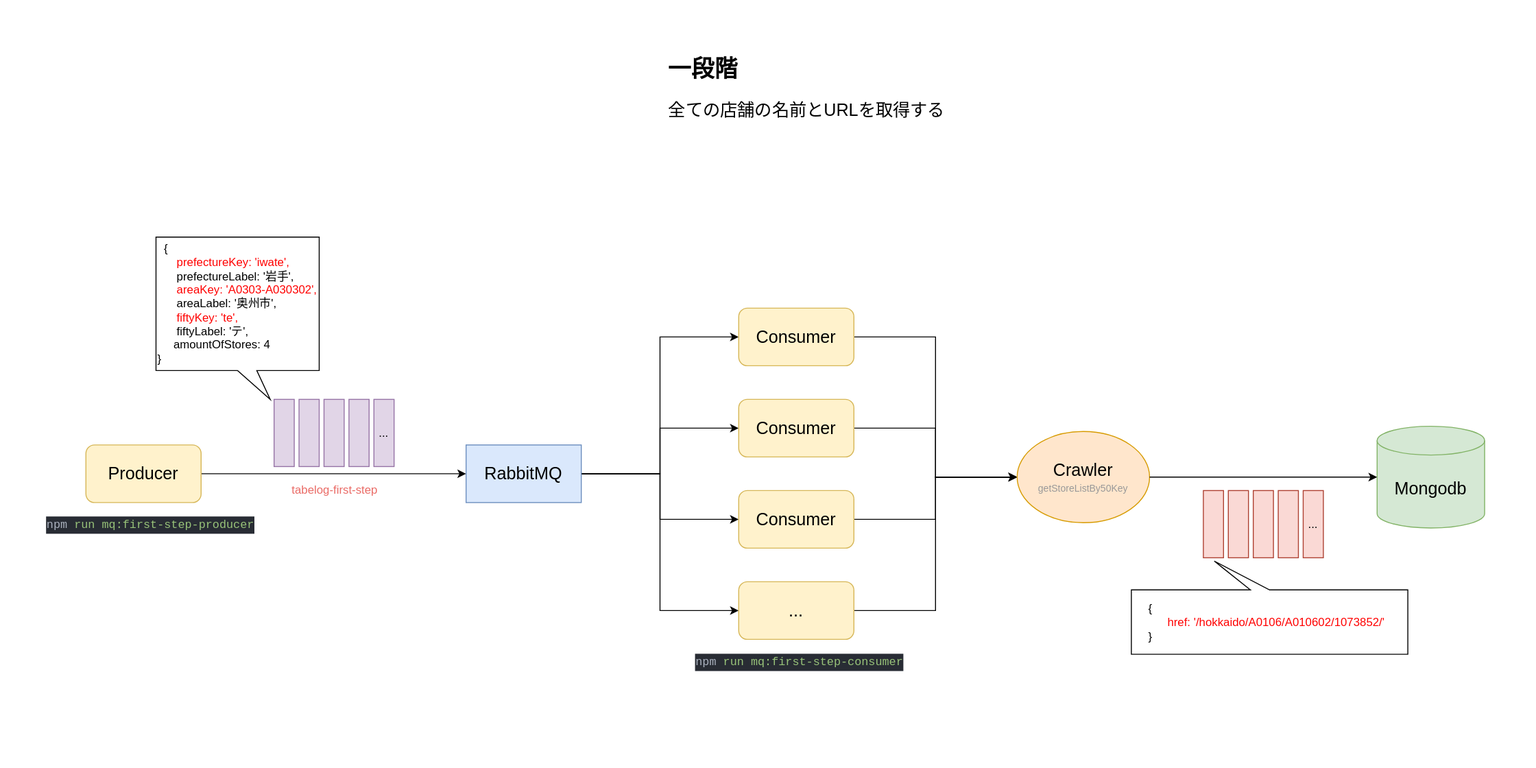
yoshidashingo/tabelog-crawler keeps this draw.io diagram as assets/first-step-diagram.svg. Above is the earlier version. Source tidied: cells renumbered, new cells last; positions are measured from the earlier drawing's top-left corner, leaving out a move shared by most shapes.
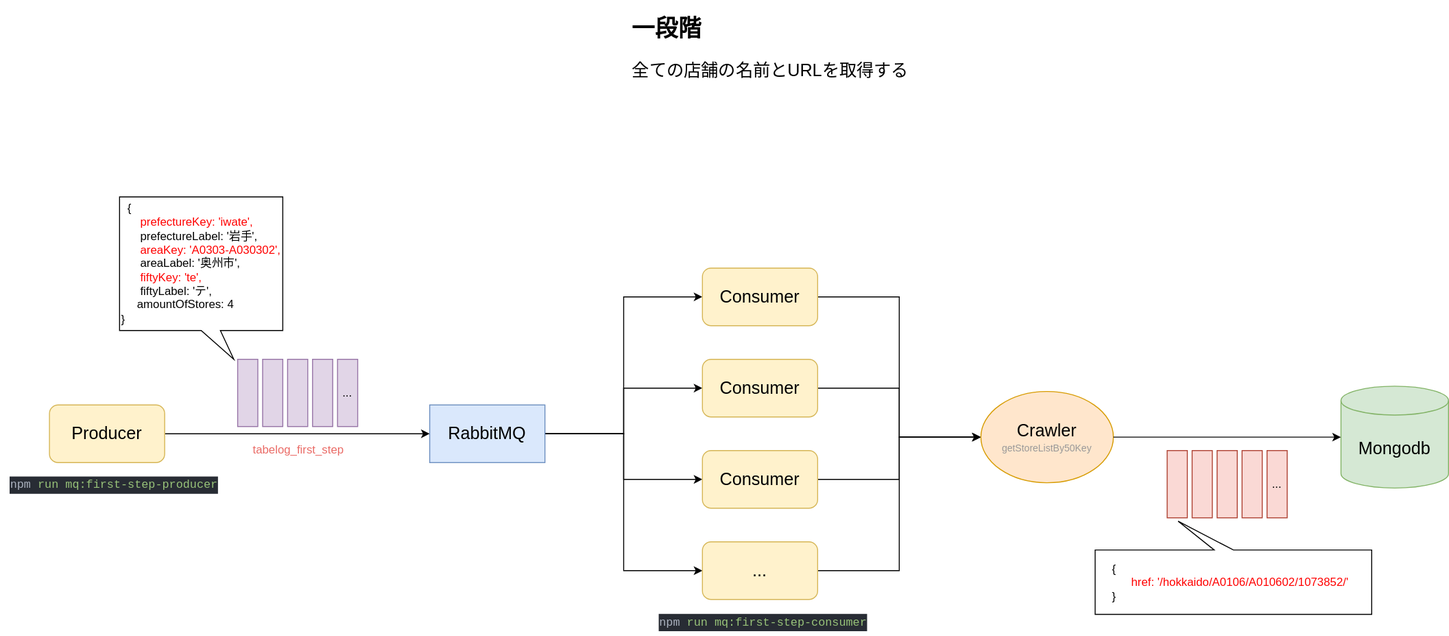
The same file after the commit.

The edit, as a diff of the source:
```diff
@@ -104,8 +104,8 @@
     <mxCell id="35" value="&lt;div&gt;{&lt;/div&gt;&lt;div&gt;&lt;font color=&quot;#ff0000&quot;&gt;&amp;nbsp; &amp;nbsp; &amp;nbsp; href: '/hokkaido/A0106/A010602/1073852/'&lt;/font&gt;&lt;/div&gt;&lt;div&gt;}&lt;/div&gt;" style="rounded=0;whiteSpace=wrap;html=1;align=left;strokeColor=none;" parent="1" vertex="1">
       <mxGeometry x="1156" y="575" width="266" height="42" as="geometry" />
     </mxCell>
-    <mxCell id="36" value="tabelog-first-step" style="text;html=1;align=center;verticalAlign=middle;strokeColor=none;fillColor=none;labelBorderColor=none;fontColor=#EA6B66;" parent="1" vertex="1">
-      <mxGeometry x="256" y="445" width="107" height="26" as="geometry" />
+    <mxCell id="36" value="tabelog_first_step" style="text;html=1;align=center;verticalAlign=middle;strokeColor=none;fillColor=none;labelBorderColor=none;fontColor=#EA6B66;" parent="1" vertex="1">
+      <mxGeometry x="253" y="445" width="113" height="26" as="geometry" />
     </mxCell>
   </root>
 </mxGraphModel>
```
